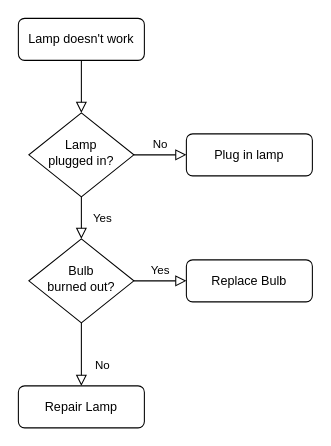
ShadowBytejj/image_clustering_with_gui keeps this draw.io diagram as 未命名绘图.drawio. Above is the earlier version. Source tidied: cells renumbered, new cells numbered last; positions are measured from the earlier drawing's top-left corner, leaving out a move shared by most shapes. Both pictures are drawn from the tidied source at 105%, with x=0, y=0 at pixel (18, 18).
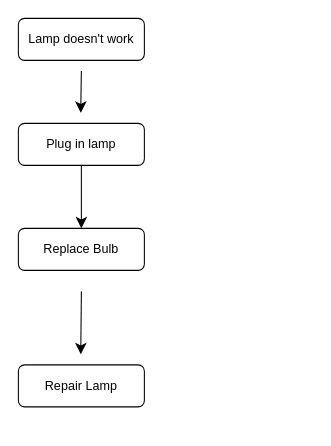
The same diagram, later.

Diff of the diagram source:
```diff
@@
 <mxGraphModel>
   <root>
     <mxCell id="0" />
     <mxCell id="1" parent="0" />
-    <mxCell id="2" style="rounded=0;html=1;jettySize=auto;fontSize=11;endArrow=block;endFill=0;endSize=8;strokeWidth=1;shadow=0;labelBackgroundColor=none;edgeStyle=orthogonalEdgeStyle;" parent="1" edge="1" source="3" target="6">
-      <mxGeometry relative="1" as="geometry" />
-    </mxCell>
     <mxCell id="3" value="Lamp doesn't work" style="rounded=1;whiteSpace=wrap;html=1;fontSize=12;glass=0;strokeWidth=1;shadow=0;" parent="1" vertex="1">
       <mxGeometry width="120" height="40" as="geometry" />
     </mxCell>
-    <mxCell id="4" value="Yes" style="rounded=0;html=1;jettySize=auto;fontSize=11;endArrow=block;endFill=0;endSize=8;strokeWidth=1;shadow=0;labelBackgroundColor=none;edgeStyle=orthogonalEdgeStyle;" parent="1" edge="1" source="6" target="10">
-      <mxGeometry y="20" relative="1" as="geometry" />
-    </mxCell>
-    <mxCell id="5" value="No" style="edgeStyle=orthogonalEdgeStyle;rounded=0;html=1;jettySize=auto;fontSize=11;endArrow=block;endFill=0;endSize=8;strokeWidth=1;shadow=0;labelBackgroundColor=none;" parent="1" edge="1" source="6" target="7">
-      <mxGeometry y="10" relative="1" as="geometry" />
-    </mxCell>
-    <mxCell id="6" value="Lamp&lt;br&gt;plugged in?" style="rhombus;whiteSpace=wrap;html=1;shadow=0;fontFamily=Helvetica;fontSize=12;align=center;strokeWidth=1;spacing=6;spacingTop=-4;" parent="1" vertex="1">
-      <mxGeometry x="10" y="90" width="100" height="80" as="geometry" />
-    </mxCell>
+    <mxCell id="13" style="edgeStyle=none;curved=1;rounded=0;jettySize=auto;html=1;fontSize=12;startSize=8;endSize=8;" parent="1" edge="1" source="7" target="12">
+      <mxGeometry relative="1" as="geometry" />
+    </mxCell>
     <mxCell id="7" value="Plug in lamp" style="rounded=1;whiteSpace=wrap;html=1;fontSize=12;glass=0;strokeWidth=1;shadow=0;" parent="1" vertex="1">
-      <mxGeometry x="160" y="110" width="120" height="40" as="geometry" />
+      <mxGeometry y="100" width="120" height="40" as="geometry" />
     </mxCell>
-    <mxCell id="8" value="No" style="rounded=0;html=1;jettySize=auto;fontSize=11;endArrow=block;endFill=0;endSize=8;strokeWidth=1;shadow=0;labelBackgroundColor=none;edgeStyle=orthogonalEdgeStyle;" parent="1" edge="1" source="10" target="11">
-      <mxGeometry x="0.33" y="20" relative="1" as="geometry" />
-    </mxCell>
-    <mxCell id="9" value="Yes" style="edgeStyle=orthogonalEdgeStyle;rounded=0;html=1;jettySize=auto;fontSize=11;endArrow=block;endFill=0;endSize=8;strokeWidth=1;shadow=0;labelBackgroundColor=none;" parent="1" edge="1" source="10" target="12">
-      <mxGeometry y="10" relative="1" as="geometry" />
-    </mxCell>
-    <mxCell id="10" value="Bulb&lt;br&gt;burned out?" style="rhombus;whiteSpace=wrap;html=1;shadow=0;fontFamily=Helvetica;fontSize=12;align=center;strokeWidth=1;spacing=6;spacingTop=-4;" parent="1" vertex="1">
-      <mxGeometry x="10" y="210" width="100" height="80" as="geometry" />
-    </mxCell>
     <mxCell id="11" value="Repair Lamp" style="rounded=1;whiteSpace=wrap;html=1;fontSize=12;glass=0;strokeWidth=1;shadow=0;" parent="1" vertex="1">
-      <mxGeometry y="350" width="120" height="40" as="geometry" />
+      <mxGeometry y="330" width="120" height="40" as="geometry" />
     </mxCell>
     <mxCell id="12" value="Replace Bulb" style="rounded=1;whiteSpace=wrap;html=1;fontSize=12;glass=0;strokeWidth=1;shadow=0;" parent="1" vertex="1">
-      <mxGeometry x="160" y="230" width="120" height="40" as="geometry" />
+      <mxGeometry y="200" width="120" height="40" as="geometry" />
     </mxCell>
+    <mxCell id="14" style="edgeStyle=none;curved=1;rounded=0;orthogonalLoop=1;jettySize=auto;html=1;fontSize=12;startSize=8;endSize=8;" parent="1" edge="1">
+      <mxGeometry relative="1" as="geometry">
+        <mxPoint x="60" y="260" as="sourcePoint" />
+        <mxPoint x="59.5" y="320" as="targetPoint" />
+        <Array as="points">
+          <mxPoint x="59.5" y="310" />
+        </Array>
+      </mxGeometry>
+    </mxCell>
+    <mxCell id="15" style="edgeStyle=none;curved=1;rounded=0;orthogonalLoop=1;jettySize=auto;html=1;fontSize=12;startSize=8;endSize=8;" parent="1" edge="1">
+      <mxGeometry relative="1" as="geometry">
+        <mxPoint x="60" y="50" as="sourcePoint" />
+        <mxPoint x="59.5" y="90" as="targetPoint" />
+        <Array as="points">
+          <mxPoint x="59.5" y="80" />
+        </Array>
+      </mxGeometry>
+    </mxCell>
   </root>
 </mxGraphModel>
```
